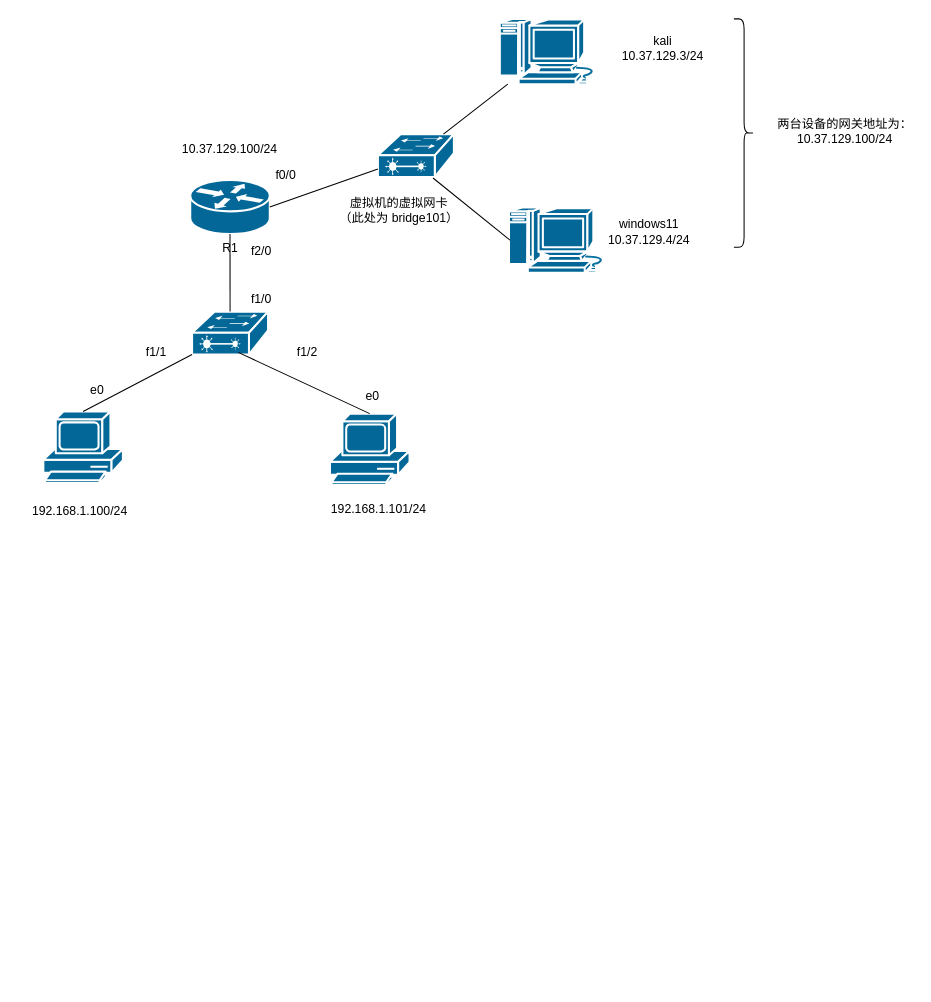
zhongyupei666/noteFile keeps this draw.io diagram as 网络安全实验室（线上）.drawio. Above is the earlier version. Source tidied: cells renumbered, new cells numbered last; positions are measured from the earlier drawing's top-left corner, leaving out a move shared by most shapes. Both pictures are drawn from the tidied source at 102%, with x=0, y=0 at pixel (17, 18).
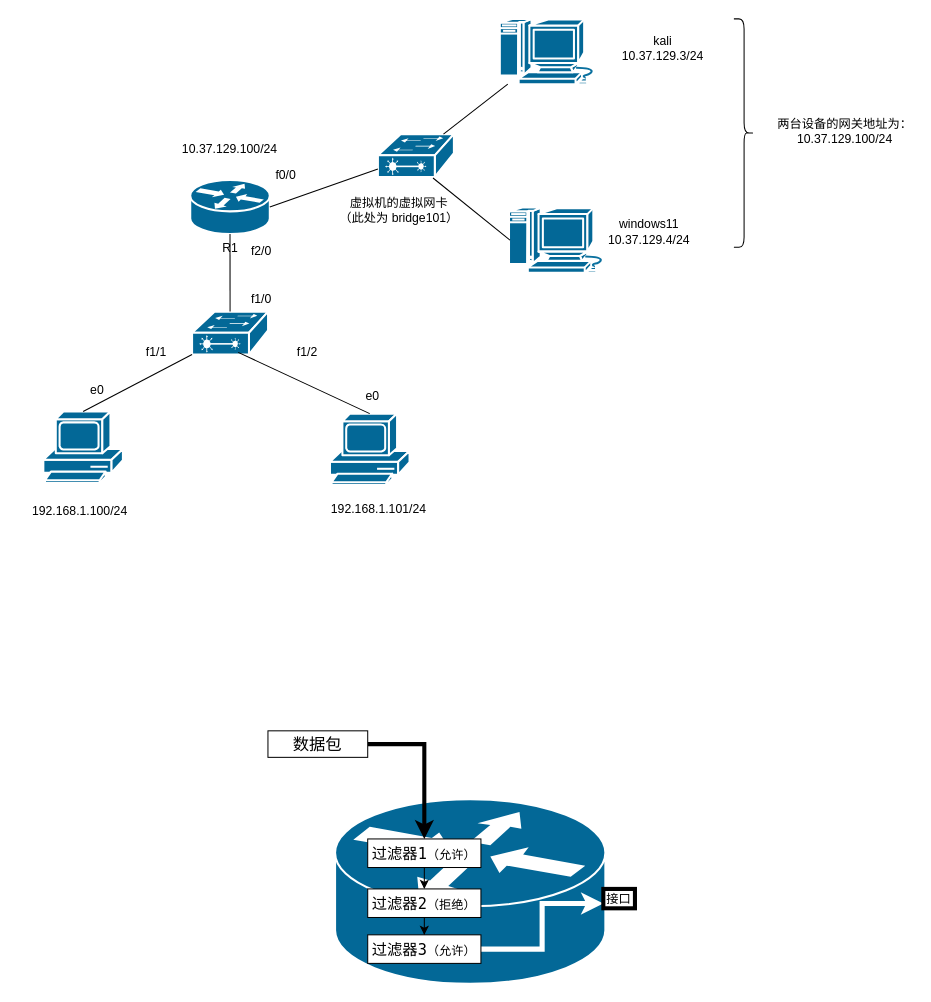
The same page after the edit.

Commit message:
更新网络安全实验室（线上）.drawio

Diff of the diagram source:
```diff
@@
+    <mxCell id="30" style="shape=mxgraph.cisco.routers.router;sketch=0;html=1;dashed=0;fillColor=#036897;strokeColor=#ffffff;strokeWidth=2;verticalLabelPosition=bottom;verticalAlign=top;align=center;" parent="1" vertex="1">
+      <mxGeometry x="311" y="765" width="265" height="181" as="geometry" />
+    </mxCell>
+    <mxCell id="31" style="edgeStyle=orthogonalEdgeStyle;rounded=0;jettySize=auto;html=1;" parent="1" edge="1" source="32" target="34">
+      <mxGeometry relative="1" as="geometry" />
+    </mxCell>
+    <mxCell id="32" value="&lt;font face=&quot;Lucida Console&quot; style=&quot;font-size: 15px;&quot;&gt;过滤器1&lt;/font&gt;（允许）" style="rounded=0;whiteSpace=wrap;html=1;" parent="1" vertex="1">
+      <mxGeometry x="343" y="804" width="111" height="28" as="geometry" />
+    </mxCell>
+    <mxCell id="33" style="edgeStyle=orthogonalEdgeStyle;rounded=0;jettySize=auto;html=1;" parent="1" edge="1" source="34" target="36">
+      <mxGeometry relative="1" as="geometry" />
+    </mxCell>
+    <mxCell id="34" value="&lt;font face=&quot;Lucida Console&quot; style=&quot;font-size: 15px;&quot;&gt;过滤器2&lt;/font&gt;（拒绝）" style="rounded=0;whiteSpace=wrap;html=1;" parent="1" vertex="1">
+      <mxGeometry x="343" y="853" width="111" height="28" as="geometry" />
+    </mxCell>
+    <mxCell id="35" style="edgeStyle=orthogonalEdgeStyle;rounded=0;jettySize=auto;html=1;entryX=0;entryY=0.75;entryDx=0;entryDy=0;strokeWidth=5;strokeColor=#FFFFFF;" parent="1" edge="1" source="36" target="39">
+      <mxGeometry relative="1" as="geometry" />
+    </mxCell>
+    <mxCell id="36" value="&lt;font face=&quot;Lucida Console&quot; style=&quot;font-size: 15px;&quot;&gt;过滤器3&lt;/font&gt;（允许）" style="rounded=0;whiteSpace=wrap;html=1;" parent="1" vertex="1">
+      <mxGeometry x="343" y="898" width="111" height="28" as="geometry" />
+    </mxCell>
+    <mxCell id="37" style="edgeStyle=orthogonalEdgeStyle;rounded=0;jettySize=auto;html=1;exitX=1;exitY=0.5;exitDx=0;exitDy=0;strokeWidth=4;" parent="1" edge="1" source="38" target="32">
+      <mxGeometry relative="1" as="geometry" />
+    </mxCell>
+    <mxCell id="38" value="&lt;font style=&quot;font-size: 16px;&quot;&gt;数据包&lt;/font&gt;" style="rounded=0;whiteSpace=wrap;html=1;" parent="1" vertex="1">
+      <mxGeometry x="245.2" y="698" width="97.8" height="26" as="geometry" />
+    </mxCell>
+    <mxCell id="39" value="接口" style="rounded=0;whiteSpace=wrap;html=1;strokeWidth=4;" parent="1" vertex="1">
+      <mxGeometry x="574" y="853" width="31" height="19" as="geometry" />
+    </mxCell>
```
